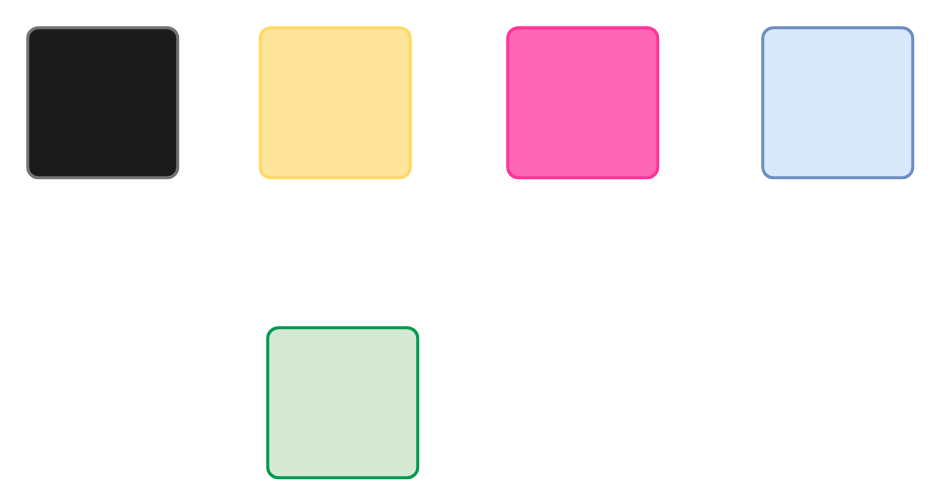
The draw.io diagram page "Page-1" (1 of 4) of poet_frames.drawio in appsparkler/draw.io, before the edit. Source tidied: cells renumbered, new cells numbered last; positions are measured from the earlier drawing's top-left corner, leaving out a move shared by most shapes. Both pictures are drawn from the tidied source at 150%, with x=0, y=0 at pixel (27, 27).
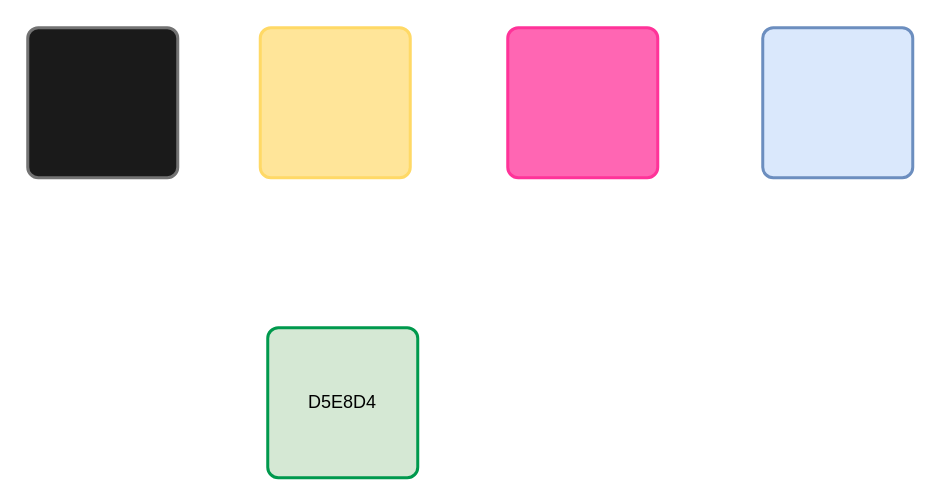
Above is the later version.

Change to the diagram source:
```diff
@@
 <mxGraphModel>
   <root>
     <mxCell id="0" />
     <mxCell id="1" parent="0" />
     <mxCell id="2" style="rounded=1;whiteSpace=wrap;html=1;absoluteArcSize=1;arcSize=14;strokeWidth=2;fillColor=#1A1A1A;strokeColor=#737373;" parent="1" vertex="1">
       <mxGeometry width="100" height="100" as="geometry" />
     </mxCell>
     <mxCell id="3" style="rounded=1;whiteSpace=wrap;html=1;absoluteArcSize=1;arcSize=14;strokeWidth=2;fillColor=#FFE599;strokeColor=#FFD966;" parent="1" vertex="1">
       <mxGeometry x="155" width="100" height="100" as="geometry" />
     </mxCell>
     <mxCell id="4" style="rounded=1;whiteSpace=wrap;html=1;absoluteArcSize=1;arcSize=14;strokeWidth=2;fillColor=#FF66B3;strokeColor=#FF3399;" parent="1" vertex="1">
       <mxGeometry x="320" width="100" height="100" as="geometry" />
     </mxCell>
     <mxCell id="5" style="rounded=1;whiteSpace=wrap;html=1;absoluteArcSize=1;arcSize=14;strokeWidth=2;fillColor=#dae8fc;strokeColor=#6c8ebf;" parent="1" vertex="1">
       <mxGeometry x="490" width="100" height="100" as="geometry" />
     </mxCell>
-    <mxCell id="6" style="rounded=1;whiteSpace=wrap;html=1;absoluteArcSize=1;arcSize=14;strokeWidth=2;fillColor=#d5e8d4;strokeColor=#00994D;" parent="1" vertex="1">
+    <mxCell id="6" value="D5E8D4" style="rounded=1;whiteSpace=wrap;html=1;absoluteArcSize=1;arcSize=14;strokeWidth=2;fillColor=#d5e8d4;strokeColor=#00994D;" parent="1" vertex="1">
       <mxGeometry x="160" y="200" width="100" height="100" as="geometry" />
     </mxCell>
   </root>
 </mxGraphModel>
```
